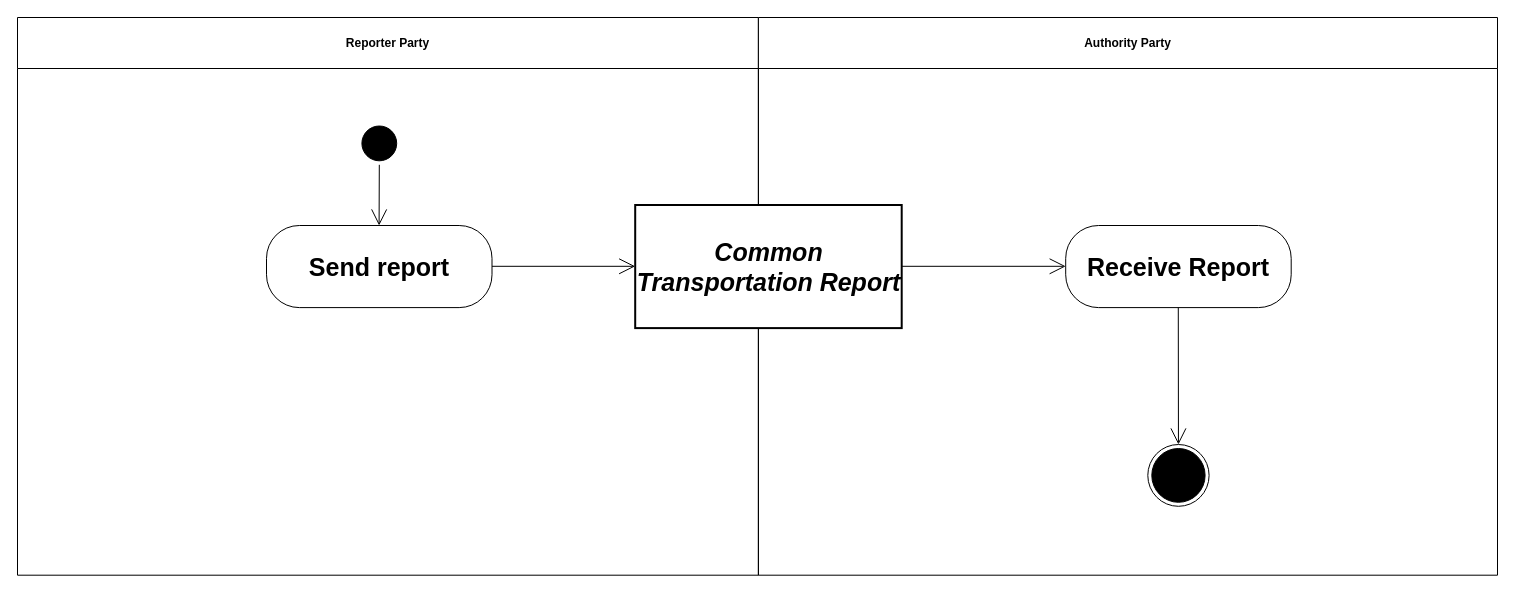
Before: diagrams/UBL-2.3-CommonTransportationReportProcess/UBL-2.3-CommonTransportationReportProcess.drawio in kduvekot/ubl-work-on-svg-images, a draw.io diagram. Source tidied: cells renumbered, new cells numbered last; positions are measured from the earlier drawing's top-left corner, leaving out a move shared by most shapes. Both pictures are drawn from the tidied source at 100%, with x=0, y=0 at pixel (17, 17).
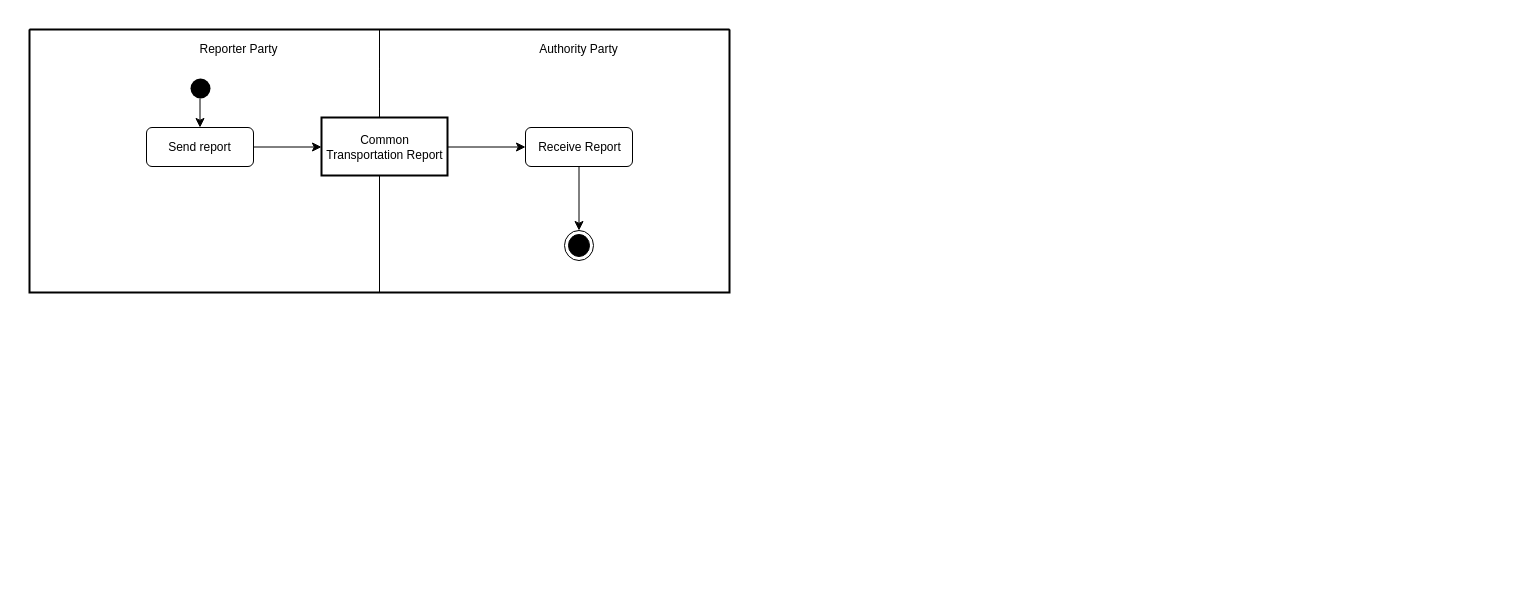
The same page after the edit.

Change to the diagram source:
```diff
@@
 <mxGraphModel>
   <root>
     <mxCell id="0" />
     <mxCell id="1" parent="0" />
+    <mxCell id="13" style="swimlane;html=1;startSize=0;whiteSpace=wrap;fillColor=none;strokeWidth=2;" parent="1" vertex="1">
+      <mxGeometry x="12" y="12" width="700" height="263" as="geometry" />
+    </mxCell>
-    <mxCell id="2" value="Reporter Party" style="swimlane;whiteSpace=wrap;html=1;startSize=51;" parent="1" vertex="1">
-      <mxGeometry width="740.9" height="557.7" as="geometry" />
+    <mxCell id="2" value="Reporter Party" style="swimlane;horizontal=1;startSize=39;swimlaneLine=0;html=1;fillColor=none;fontSize=12;fontStyle=0;spacing=0;spacingLeft=68;" parent="13" vertex="1">
+      <mxGeometry width="350" height="263" as="geometry" />
     </mxCell>
-    <mxCell id="3" value="Authority Party" style="swimlane;whiteSpace=wrap;html=1;startSize=51;" parent="1" vertex="1">
-      <mxGeometry x="740.9" width="739.1" height="557.7" as="geometry" />
+    <mxCell id="3" value="Authority Party" style="swimlane;horizontal=1;startSize=39;swimlaneLine=0;html=1;fillColor=none;fontSize=12;fontStyle=0;spacing=0;spacingLeft=48;" parent="13" vertex="1">
+      <mxGeometry x="350" width="350" height="263" as="geometry" />
     </mxCell>
-    <mxCell id="4" style="ellipse;html=1;shape=startState;fillColor=#000000;strokeColor=#000000;fontFamily=Helvetica;fontSize=25;" parent="1" vertex="1">
-      <mxGeometry x="340.4" y="104.5" width="42.8" height="42.8" as="geometry" />
+    <mxCell id="4" style="ellipse;shape=startState;fillColor=#000000;strokeColor=none;html=1;" parent="2" vertex="1">
+      <mxGeometry x="157" y="45" width="28" height="28" as="geometry" />
     </mxCell>
-    <mxCell id="5" value="Common Transportation Report" style="rounded=0;whiteSpace=wrap;html=1;fontStyle=3;strokeWidth=2;fontFamily=Helvetica;fontSize=25;" parent="1" vertex="1">
-      <mxGeometry x="617.7" y="187.5" width="266.5" height="123.1" as="geometry" />
+    <mxCell id="5" value="Common&lt;br&gt;Transportation Report" style="rounded=0;html=1;whiteSpace=nowrap;fontSize=12;fontStyle=0;align=center;verticalAlign=middle;spacing=0;spacingRight=1;spacingTop=1;strokeWidth=2;" parent="3" vertex="1">
+      <mxGeometry x="-58" y="88" width="126" height="58" as="geometry" />
     </mxCell>
-    <mxCell id="6" value="Send report" style="rounded=1;arcSize=40;whiteSpace=wrap;html=1;fontStyle=1;fontFamily=Helvetica;fontSize=25;" parent="1" vertex="1">
-      <mxGeometry x="249" y="208" width="225.5" height="82.1" as="geometry" />
+    <mxCell id="6" value="Send report" style="rounded=1;absoluteArcSize=1;arcSize=11;html=1;whiteSpace=nowrap;fontSize=12;fontStyle=0;align=center;verticalAlign=middle;spacing=0;spacingRight=1;" parent="2" vertex="1">
+      <mxGeometry x="117" y="98" width="107" height="39" as="geometry" />
     </mxCell>
-    <mxCell id="7" value="Receive Report" style="rounded=1;arcSize=40;whiteSpace=wrap;html=1;fontStyle=1;fontFamily=Helvetica;fontSize=25;" parent="1" vertex="1">
-      <mxGeometry x="1048.2" y="208" width="225.5" height="82.1" as="geometry" />
+    <mxCell id="7" value="Receive Report" style="rounded=1;absoluteArcSize=1;arcSize=11;html=1;whiteSpace=nowrap;fontSize=12;fontStyle=0;align=center;verticalAlign=middle;spacing=0;spacingTop=1;" parent="3" vertex="1">
+      <mxGeometry x="146" y="98" width="107" height="39" as="geometry" />
     </mxCell>
-    <mxCell id="8" style="ellipse;html=1;shape=endState;fillColor=#000000;strokeColor=#000000;fontFamily=Helvetica;fontSize=25;" parent="1" vertex="1">
-      <mxGeometry x="1130.3" y="427" width="61.3" height="61.8" as="geometry" />
+    <mxCell id="8" style="ellipse;shape=endState;fillColor=#000000;html=1;" parent="3" vertex="1">
+      <mxGeometry x="185" y="201" width="29" height="30" as="geometry" />
     </mxCell>
-    <mxCell id="9" style="edgeStyle=none;rounded=0;html=1;endArrow=open;endFill=0;endSize=14;exitX=0.4953;exitY=1.0;entryX=0.4993;entryY=0.0;" parent="1" edge="1" source="4" target="6">
+    <mxCell id="9" style="edgeStyle=none;rounded=0;html=1;endArrow=classic;endFill=1;endSize=7;exitPerimeter=0;entryX=0.5;entryY=0;entryPerimeter=0;exitX=0.482143;exitY=0.8587;" parent="2" edge="1" source="4" target="6">
       <mxGeometry relative="1" as="geometry" />
     </mxCell>
-    <mxCell id="10" style="edgeStyle=none;rounded=0;html=1;endArrow=open;endFill=0;endSize=14;exitX=1.0;exitY=0.497;entryX=0.0;entryY=0.498;" parent="1" edge="1" source="6" target="5">
+    <mxCell id="10" style="edgeStyle=none;rounded=0;html=1;endArrow=classic;endFill=1;endSize=7;exitX=1;exitY=0.5;exitPerimeter=0;entryPerimeter=0;entryX=0;entryY=0.508621;" parent="13" edge="1" source="6" target="5">
       <mxGeometry relative="1" as="geometry" />
     </mxCell>
-    <mxCell id="11" style="edgeStyle=none;rounded=0;html=1;endArrow=open;endFill=0;endSize=14;exitX=1.0;exitY=0.498;entryX=0.0;entryY=0.497;" parent="1" edge="1" source="5" target="7">
+    <mxCell id="11" style="edgeStyle=none;rounded=0;html=1;endArrow=classic;endFill=1;endSize=7;exitPerimeter=0;entryX=0;entryY=0.5;entryPerimeter=0;exitX=1;exitY=0.508621;" parent="3" edge="1" source="5" target="7">
       <mxGeometry relative="1" as="geometry" />
     </mxCell>
-    <mxCell id="12" style="edgeStyle=none;rounded=0;html=1;endArrow=open;endFill=0;endSize=14;exitX=0.4993;exitY=1.0;entryX=0.4976;entryY=0.0;" parent="1" edge="1" source="7" target="8">
+    <mxCell id="12" style="edgeStyle=none;rounded=0;html=1;endArrow=classic;endFill=1;endSize=7;exitX=0.5;exitY=1;exitPerimeter=0;entryPerimeter=0;entryX=0.5;entryY=0;" parent="3" edge="1" source="7" target="8">
       <mxGeometry relative="1" as="geometry" />
     </mxCell>
   </root>
 </mxGraphModel>
```
